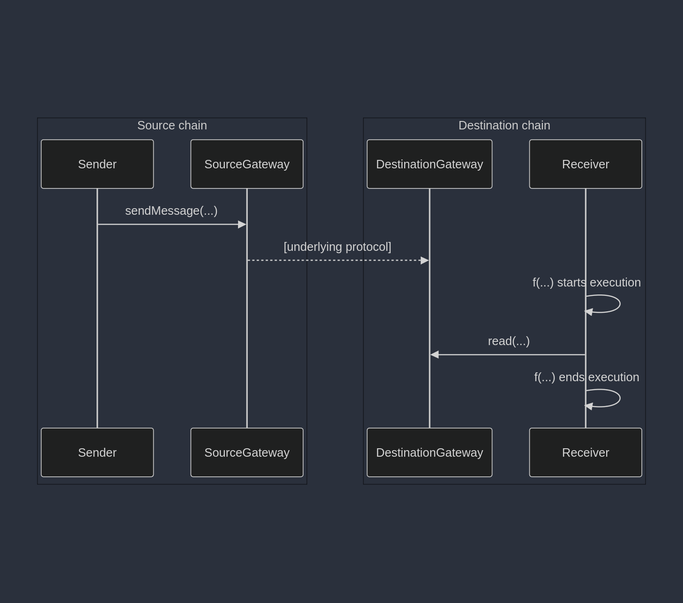
The Mermaid diagram assets/erc-7786/send-receive.png in ethereum/ERCs, before a commit. Its source is kept beside it as assets/erc-7786/send-receive.mermaid. The source it was exported from:
```mermaid
sequenceDiagram
    box Source chain
    participant Sender
    participant SourceGateway
    end
    box Destination chain
    participant DestinationGateway
    participant Receiver
    end
    Sender->>SourceGateway: sendMessage(...)
    SourceGateway-->>DestinationGateway: [underlying protocol]
    Receiver->>Receiver: f(...) starts execution
    Receiver->>DestinationGateway: read(...)
    Receiver->>Receiver: f(...) ends execution
```
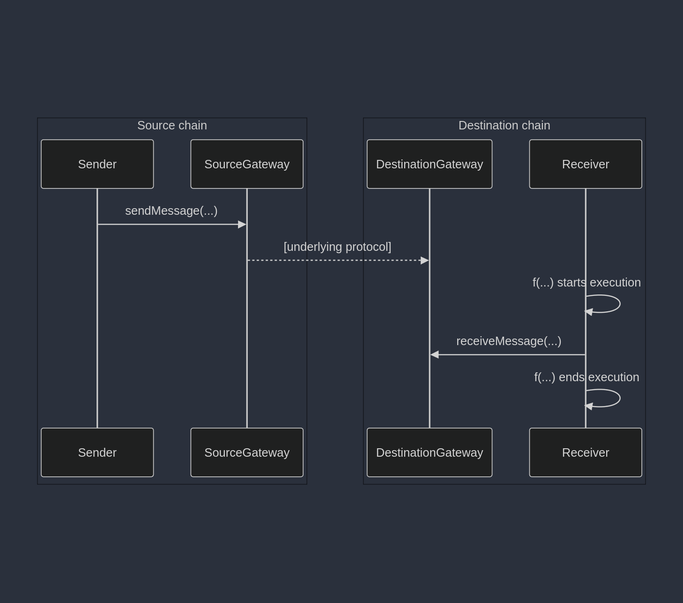
Later version of the same file.

Commit message:
Fix send-receive diagram

Diff of the diagram source:
```diff
@@ -10,5 +10,5 @@
     Sender->>SourceGateway: sendMessage(...)
     SourceGateway-->>DestinationGateway: [underlying protocol]
     Receiver->>Receiver: f(...) starts execution
-    Receiver->>DestinationGateway: read(...)
+    Receiver->>DestinationGateway: receiveMessage(...)
     Receiver->>Receiver: f(...) ends execution
```
